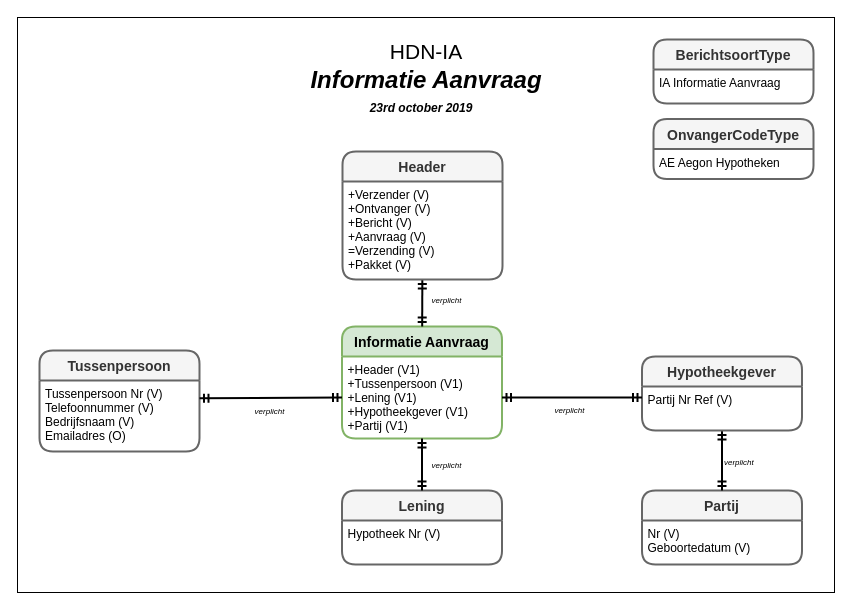
Before: page "IA-bericht" (4 of 17) of 3rdPartyDatasharing-HDN-IA-IX.drawio in luchthandel/diagrams, a draw.io diagram. Source tidied: cells renumbered, new cells numbered last; positions are measured from the earlier drawing's top-left corner, leaving out a move shared by most shapes. Both pictures are drawn from the tidied source at 100%, with x=0, y=0 at pixel (17, 17).
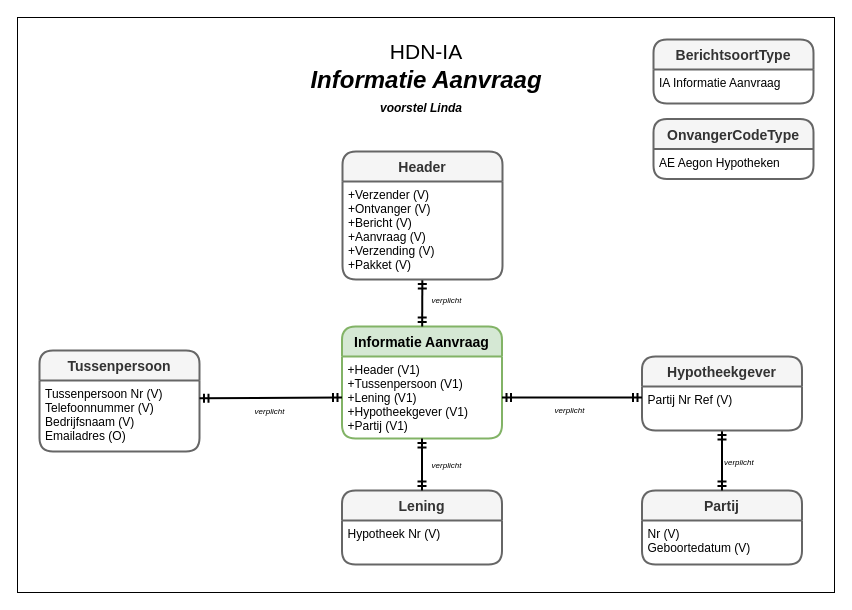
The same page after the edit.

Unchanged cells that the change refers to:
```xml
<mxCell id="18" value="Header" style="swimlane;horizontal=1;startSize=30;fillColor=#f5f5f5;rounded=1;fontSize=14;fontStyle=1;strokeWidth=2;shadow=0;dashed=0;align=center;strokeColor=#666666;fontColor=#333333;" parent="1" vertex="1">
  <mxGeometry x="325" y="134" width="160" height="128" as="geometry" />
</mxCell>
<mxCell id="25" style="group;" parent="1" vertex="1">
  <mxGeometry x="259.5" y="21.5" width="298" height="78.5" as="geometry" />
</mxCell>
```

Diff of the diagram source:
```diff
@@
-    <mxCell id="19" value="+Verzender (V)&#10;+Ontvanger (V)&#10;+Bericht (V)&#10;+Aanvraag (V)&#10;=Verzending (V)&#10;+Pakket (V)" style="align=left;strokeColor=none;fillColor=none;spacingLeft=4;fontSize=12;verticalAlign=top;" parent="18" vertex="1">
+    <mxCell id="19" value="+Verzender (V)&#10;+Ontvanger (V)&#10;+Bericht (V)&#10;+Aanvraag (V)&#10;+Verzending (V)&#10;+Pakket (V)" style="align=left;strokeColor=none;fillColor=none;spacingLeft=4;fontSize=12;verticalAlign=top;" parent="18" vertex="1">
       <mxGeometry y="30" width="160" height="98" as="geometry" />
     </mxCell>
@@
-    <mxCell id="27" value="&lt;font&gt;&lt;b&gt;&lt;i&gt;23rd october 2019&lt;/i&gt;&lt;/b&gt;&lt;br&gt;&lt;/font&gt;" style="text;html=1;strokeColor=none;fillColor=none;align=center;verticalAlign=middle;whiteSpace=wrap;rounded=0;" parent="25" vertex="1">
+    <mxCell id="27" value="&lt;font&gt;&lt;b&gt;&lt;i&gt;voorstel Linda&lt;/i&gt;&lt;/b&gt;&lt;br&gt;&lt;/font&gt;" style="text;html=1;strokeColor=none;fillColor=none;align=center;verticalAlign=middle;whiteSpace=wrap;rounded=0;" parent="25" vertex="1">
       <mxGeometry x="74" y="59.5" width="140" height="19" as="geometry" />
     </mxCell>
```
